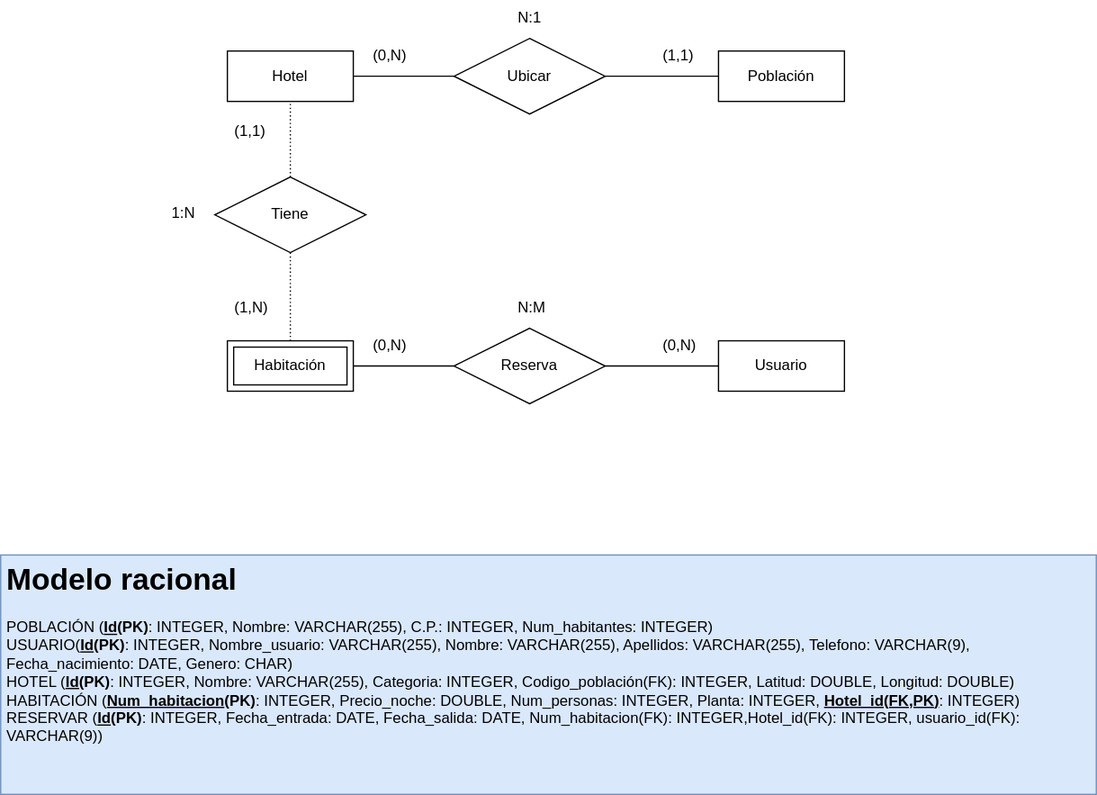
This is Hotelio1.0.svg from BCR22-Team4-ProyectoFinal/Database_diagrama, a draw.io export, as it was before one commit. Source tidied: cells renumbered, new cells last; positions are measured from the earlier drawing's top-left corner, leaving out a move shared by most shapes.
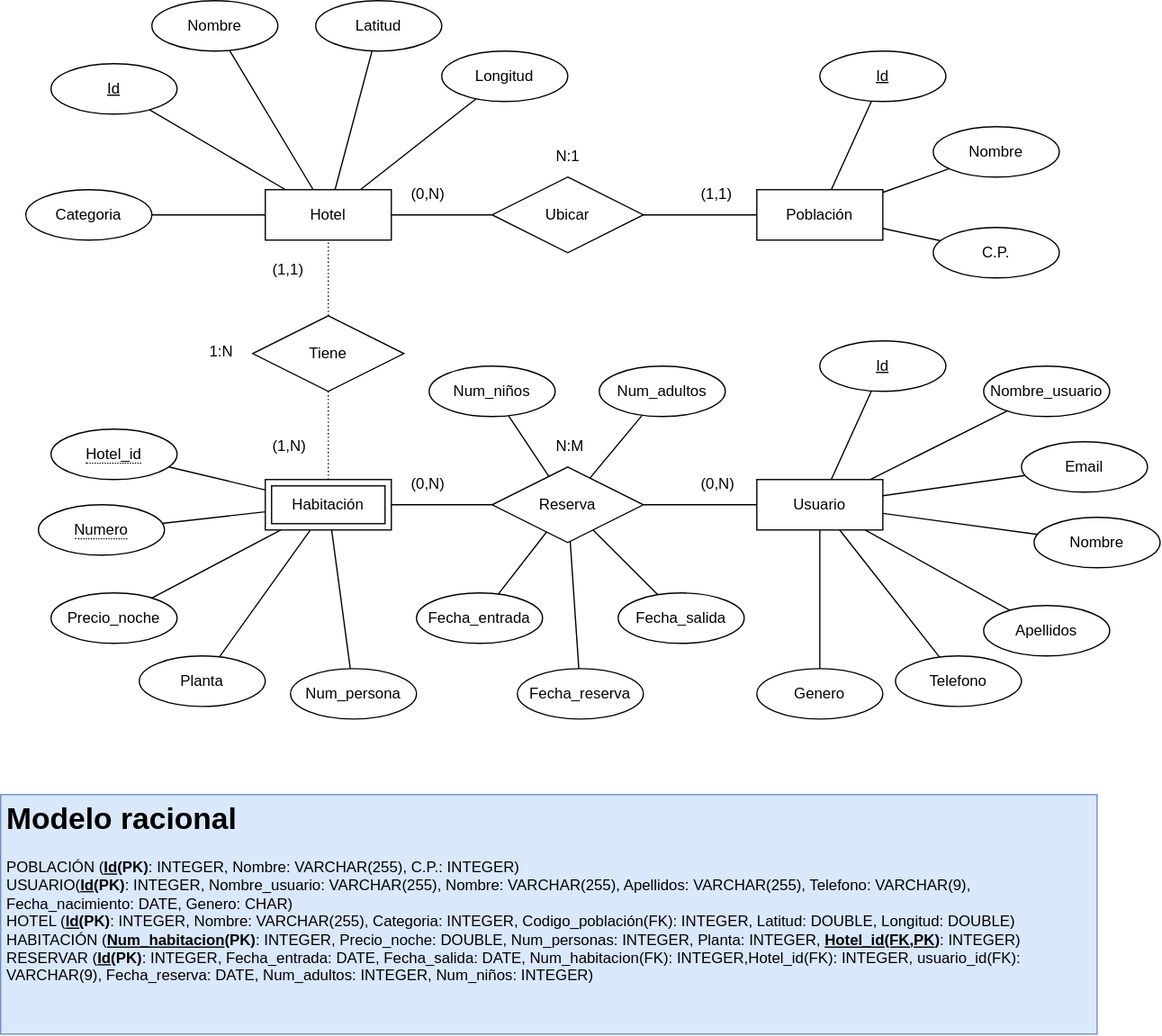
The same file after the commit.

Diff of the diagram source:
```diff
@@ -70,8 +70,158 @@
     <mxCell id="23" value="N:M" style="text;strokeColor=none;fillColor=none;spacingLeft=4;spacingRight=4;overflow=hidden;fontSize=12;" parent="1" vertex="1">
       <mxGeometry x="405" y="230" width="40" height="30" as="geometry" />
     </mxCell>
-    <mxCell id="24" value="&lt;h1&gt;Modelo racional&lt;/h1&gt;&lt;div&gt;POBLACIÓN (&lt;b&gt;&lt;u&gt;Id&lt;/u&gt;(PK)&lt;/b&gt;: INTEGER, Nombre: VARCHAR(255), C.P.: INTEGER, Num_habitantes: INTEGER)&lt;/div&gt;&lt;div&gt;USUARIO(&lt;b&gt;&lt;u&gt;Id&lt;/u&gt;(PK)&lt;/b&gt;: INTEGER, Nombre_usuario: VARCHAR(255), Nombre: VARCHAR(255), Apellidos: VARCHAR(255), Telefono: VARCHAR(9), Fecha_nacimiento: DATE, Genero: CHAR)&lt;/div&gt;&lt;div&gt;HOTEL (&lt;b&gt;&lt;u&gt;Id(&lt;/u&gt;PK)&lt;/b&gt;: INTEGER, Nombre: VARCHAR(255), Categoria: INTEGER, Codigo_población(FK): INTEGER, Latitud: DOUBLE, Longitud: DOUBLE)&lt;/div&gt;&lt;div&gt;HABITACIÓN (&lt;b&gt;&lt;u&gt;Num_habitacion&lt;/u&gt;(PK)&lt;/b&gt;: INTEGER, Precio_noche: DOUBLE, Num_personas: INTEGER, Planta: INTEGER, &lt;b&gt;&lt;u&gt;Hotel_id(FK,PK&lt;/u&gt;&lt;/b&gt;&lt;span style=&quot;background-color: initial;&quot;&gt;&lt;b&gt;&lt;u&gt;)&lt;/u&gt;&lt;/b&gt;: INTEGER)&lt;/span&gt;&lt;/div&gt;&lt;div&gt;RESERVAR (&lt;b&gt;&lt;u&gt;Id&lt;/u&gt;(PK)&lt;/b&gt;: INTEGER, Fecha_entrada: DATE, Fecha_salida: DATE, Num_habitacion(FK): INTEGER,Hotel_id(FK): INTEGER, usuario_id(FK): VARCHAR(9))&lt;/div&gt;" style="text;html=1;strokeColor=#6c8ebf;fillColor=#dae8fc;spacing=5;spacingTop=-20;whiteSpace=wrap;overflow=hidden;rounded=0;" parent="1" vertex="1">
-      <mxGeometry y="440" width="870" height="190" as="geometry" />
+    <mxCell id="24" value="&lt;h1&gt;Modelo racional&lt;/h1&gt;&lt;div&gt;POBLACIÓN (&lt;b&gt;&lt;u&gt;Id&lt;/u&gt;(PK)&lt;/b&gt;: INTEGER, Nombre: VARCHAR(255), C.P.: INTEGER)&lt;/div&gt;&lt;div&gt;USUARIO(&lt;b&gt;&lt;u&gt;Id&lt;/u&gt;(PK)&lt;/b&gt;: INTEGER, Nombre_usuario: VARCHAR(255), Nombre: VARCHAR(255), Apellidos: VARCHAR(255), Telefono: VARCHAR(9), Fecha_nacimiento: DATE, Genero: CHAR)&lt;/div&gt;&lt;div&gt;HOTEL (&lt;b&gt;&lt;u&gt;Id(&lt;/u&gt;PK)&lt;/b&gt;: INTEGER, Nombre: VARCHAR(255), Categoria: INTEGER, Codigo_población(FK): INTEGER, Latitud: DOUBLE, Longitud: DOUBLE)&lt;/div&gt;&lt;div&gt;HABITACIÓN (&lt;b&gt;&lt;u&gt;Num_habitacion&lt;/u&gt;(PK)&lt;/b&gt;: INTEGER, Precio_noche: DOUBLE, Num_personas: INTEGER, Planta: INTEGER, &lt;b&gt;&lt;u&gt;Hotel_id(FK,PK&lt;/u&gt;&lt;/b&gt;&lt;span style=&quot;background-color: initial;&quot;&gt;&lt;b&gt;&lt;u&gt;)&lt;/u&gt;&lt;/b&gt;: INTEGER)&lt;/span&gt;&lt;/div&gt;&lt;div&gt;RESERVAR (&lt;b&gt;&lt;u&gt;Id&lt;/u&gt;(PK)&lt;/b&gt;: INTEGER, Fecha_entrada: DATE, Fecha_salida: DATE, Num_habitacion(FK): INTEGER,Hotel_id(FK): INTEGER, usuario_id(FK): VARCHAR(9), Fecha_reserva: DATE, Num_adultos: INTEGER, Num_niños: INTEGER)&lt;/div&gt;" style="text;html=1;strokeColor=#6c8ebf;fillColor=#dae8fc;spacing=5;spacingTop=-20;whiteSpace=wrap;overflow=hidden;rounded=0;" parent="1" vertex="1">
+      <mxGeometry x="-30" y="520" width="870" height="190" as="geometry" />
     </mxCell>
+    <mxCell id="25" value="Id" style="ellipse;whiteSpace=wrap;html=1;align=center;fontStyle=4;" parent="1" vertex="1">
+      <mxGeometry x="10" y="-60" width="100" height="40" as="geometry" />
+    </mxCell>
+    <mxCell id="26" value="Nombre" style="ellipse;whiteSpace=wrap;html=1;align=center;" parent="1" vertex="1">
+      <mxGeometry x="90" y="-110" width="100" height="40" as="geometry" />
+    </mxCell>
+    <mxCell id="27" value="Latitud" style="ellipse;whiteSpace=wrap;html=1;align=center;" parent="1" vertex="1">
+      <mxGeometry x="220" y="-110" width="100" height="40" as="geometry" />
+    </mxCell>
+    <mxCell id="28" value="Categoria" style="ellipse;whiteSpace=wrap;html=1;align=center;" parent="1" vertex="1">
+      <mxGeometry x="-10" y="40" width="100" height="40" as="geometry" />
+    </mxCell>
+    <mxCell id="29" style="endArrow=none;html=1;rounded=0;" parent="1" edge="1" source="25" target="2">
+      <mxGeometry relative="1" as="geometry" />
+    </mxCell>
+    <mxCell id="30" style="endArrow=none;html=1;rounded=0;" parent="1" edge="1" source="26" target="2">
+      <mxGeometry relative="1" as="geometry" />
+    </mxCell>
+    <mxCell id="31" style="endArrow=none;html=1;rounded=0;" parent="1" edge="1" source="2" target="27">
+      <mxGeometry relative="1" as="geometry" />
+    </mxCell>
+    <mxCell id="32" style="endArrow=none;html=1;rounded=0;" parent="1" edge="1" source="28" target="2">
+      <mxGeometry relative="1" as="geometry" />
+    </mxCell>
+    <mxCell id="33" value="Longitud" style="ellipse;whiteSpace=wrap;html=1;align=center;" parent="1" vertex="1">
+      <mxGeometry x="320" y="-70" width="100" height="40" as="geometry" />
+    </mxCell>
+    <mxCell id="34" style="endArrow=none;html=1;rounded=0;" parent="1" edge="1" source="2" target="33">
+      <mxGeometry relative="1" as="geometry" />
+    </mxCell>
+    <mxCell id="35" value="Fecha_entrada" style="ellipse;whiteSpace=wrap;html=1;align=center;" parent="1" vertex="1">
+      <mxGeometry x="300" y="360" width="100" height="40" as="geometry" />
+    </mxCell>
+    <mxCell id="36" value="Fecha_salida" style="ellipse;whiteSpace=wrap;html=1;align=center;" parent="1" vertex="1">
+      <mxGeometry x="460" y="360" width="100" height="40" as="geometry" />
+    </mxCell>
+    <mxCell id="37" value="Fecha_reserva" style="ellipse;whiteSpace=wrap;html=1;align=center;" parent="1" vertex="1">
+      <mxGeometry x="380" y="420" width="100" height="40" as="geometry" />
+    </mxCell>
+    <mxCell id="38" style="endArrow=none;html=1;rounded=0;" parent="1" edge="1" source="37" target="8">
+      <mxGeometry relative="1" as="geometry" />
+    </mxCell>
+    <mxCell id="39" style="endArrow=none;html=1;rounded=0;" parent="1" edge="1" source="8" target="36">
+      <mxGeometry relative="1" as="geometry" />
+    </mxCell>
+    <mxCell id="40" style="endArrow=none;html=1;rounded=0;" parent="1" edge="1" source="8" target="35">
+      <mxGeometry relative="1" as="geometry" />
+    </mxCell>
+    <mxCell id="41" value="Precio_noche" style="ellipse;whiteSpace=wrap;html=1;align=center;" parent="1" vertex="1">
+      <mxGeometry x="10" y="360" width="100" height="40" as="geometry" />
+    </mxCell>
+    <mxCell id="42" value="&lt;span style=&quot;border-bottom: 1px dotted&quot;&gt;Numero&lt;/span&gt;" style="ellipse;whiteSpace=wrap;html=1;align=center;" parent="1" vertex="1">
+      <mxGeometry y="290" width="100" height="40" as="geometry" />
+    </mxCell>
+    <mxCell id="43" value="Planta" style="ellipse;whiteSpace=wrap;html=1;align=center;" parent="1" vertex="1">
+      <mxGeometry x="80" y="410" width="100" height="40" as="geometry" />
+    </mxCell>
+    <mxCell id="44" value="&lt;span style=&quot;border-bottom: 1px dotted&quot;&gt;Hotel_id&lt;br&gt;&lt;/span&gt;" style="ellipse;whiteSpace=wrap;html=1;align=center;" parent="1" vertex="1">
+      <mxGeometry x="10" y="230" width="100" height="40" as="geometry" />
+    </mxCell>
+    <mxCell id="45" style="endArrow=none;html=1;rounded=0;" parent="1" edge="1" source="44" target="4">
+      <mxGeometry relative="1" as="geometry" />
+    </mxCell>
+    <mxCell id="46" style="endArrow=none;html=1;rounded=0;" parent="1" edge="1" source="42" target="4">
+      <mxGeometry relative="1" as="geometry" />
+    </mxCell>
+    <mxCell id="47" style="endArrow=none;html=1;rounded=0;" parent="1" edge="1" source="41" target="4">
+      <mxGeometry relative="1" as="geometry" />
+    </mxCell>
+    <mxCell id="48" style="endArrow=none;html=1;rounded=0;" parent="1" edge="1" source="43" target="4">
+      <mxGeometry relative="1" as="geometry" />
+    </mxCell>
+    <mxCell id="49" value="Num_persona" style="ellipse;whiteSpace=wrap;html=1;align=center;" parent="1" vertex="1">
+      <mxGeometry x="200" y="420" width="100" height="40" as="geometry" />
+    </mxCell>
+    <mxCell id="50" style="endArrow=none;html=1;rounded=0;" parent="1" edge="1" source="49" target="4">
+      <mxGeometry relative="1" as="geometry" />
+    </mxCell>
+    <mxCell id="51" value="Id" style="ellipse;whiteSpace=wrap;html=1;align=center;fontStyle=4;" parent="1" vertex="1">
+      <mxGeometry x="620" y="160" width="100" height="40" as="geometry" />
+    </mxCell>
+    <mxCell id="52" value="Nombre_usuario" style="ellipse;whiteSpace=wrap;html=1;align=center;" parent="1" vertex="1">
+      <mxGeometry x="750" y="180" width="100" height="40" as="geometry" />
+    </mxCell>
+    <mxCell id="53" value="Email" style="ellipse;whiteSpace=wrap;html=1;align=center;" parent="1" vertex="1">
+      <mxGeometry x="780" y="240" width="100" height="40" as="geometry" />
+    </mxCell>
+    <mxCell id="54" value="Nombre" style="ellipse;whiteSpace=wrap;html=1;align=center;" parent="1" vertex="1">
+      <mxGeometry x="790" y="300" width="100" height="40" as="geometry" />
+    </mxCell>
+    <mxCell id="55" value="Apellidos" style="ellipse;whiteSpace=wrap;html=1;align=center;" parent="1" vertex="1">
+      <mxGeometry x="750" y="370" width="100" height="40" as="geometry" />
+    </mxCell>
+    <mxCell id="56" value="Telefono" style="ellipse;whiteSpace=wrap;html=1;align=center;" parent="1" vertex="1">
+      <mxGeometry x="680" y="410" width="100" height="40" as="geometry" />
+    </mxCell>
+    <mxCell id="57" value="Genero" style="ellipse;whiteSpace=wrap;html=1;align=center;" parent="1" vertex="1">
+      <mxGeometry x="570" y="420" width="100" height="40" as="geometry" />
+    </mxCell>
+    <mxCell id="58" style="endArrow=none;html=1;rounded=0;" parent="1" edge="1" source="57" target="5">
+      <mxGeometry relative="1" as="geometry" />
+    </mxCell>
+    <mxCell id="59" style="endArrow=none;html=1;rounded=0;" parent="1" edge="1" source="5" target="51">
+      <mxGeometry relative="1" as="geometry" />
+    </mxCell>
+    <mxCell id="60" style="endArrow=none;html=1;rounded=0;" parent="1" edge="1" source="5" target="52">
+      <mxGeometry relative="1" as="geometry" />
+    </mxCell>
+    <mxCell id="61" style="endArrow=none;html=1;rounded=0;" parent="1" edge="1" source="5" target="53">
+      <mxGeometry relative="1" as="geometry" />
+    </mxCell>
+    <mxCell id="62" style="endArrow=none;html=1;rounded=0;" parent="1" edge="1" source="5" target="54">
+      <mxGeometry relative="1" as="geometry" />
+    </mxCell>
+    <mxCell id="63" style="endArrow=none;html=1;rounded=0;" parent="1" edge="1" source="55" target="5">
+      <mxGeometry relative="1" as="geometry" />
+    </mxCell>
+    <mxCell id="64" style="endArrow=none;html=1;rounded=0;" parent="1" edge="1" source="5" target="56">
+      <mxGeometry relative="1" as="geometry" />
+    </mxCell>
+    <mxCell id="65" value="Id" style="ellipse;whiteSpace=wrap;html=1;align=center;fontStyle=4;" parent="1" vertex="1">
+      <mxGeometry x="620" y="-70" width="100" height="40" as="geometry" />
+    </mxCell>
+    <mxCell id="66" value="Nombre" style="ellipse;whiteSpace=wrap;html=1;align=center;" parent="1" vertex="1">
+      <mxGeometry x="710" y="-10" width="100" height="40" as="geometry" />
+    </mxCell>
+    <mxCell id="67" value="C.P." style="ellipse;whiteSpace=wrap;html=1;align=center;" parent="1" vertex="1">
+      <mxGeometry x="710" y="70" width="100" height="40" as="geometry" />
+    </mxCell>
+    <mxCell id="68" style="endArrow=none;html=1;rounded=0;" parent="1" edge="1" source="65" target="3">
+      <mxGeometry relative="1" as="geometry" />
+    </mxCell>
+    <mxCell id="69" style="endArrow=none;html=1;rounded=0;" parent="1" edge="1" source="3" target="67">
+      <mxGeometry relative="1" as="geometry" />
+    </mxCell>
+    <mxCell id="70" style="endArrow=none;html=1;rounded=0;" parent="1" edge="1" source="3" target="66">
+      <mxGeometry relative="1" as="geometry" />
+    </mxCell>
+    <mxCell id="71" value="Num_adultos" style="ellipse;whiteSpace=wrap;html=1;align=center;" parent="1" vertex="1">
+      <mxGeometry x="445" y="180" width="100" height="40" as="geometry" />
+    </mxCell>
+    <mxCell id="72" value="Num_niños" style="ellipse;whiteSpace=wrap;html=1;align=center;" parent="1" vertex="1">
+      <mxGeometry x="310" y="180" width="100" height="40" as="geometry" />
+    </mxCell>
+    <mxCell id="73" style="endArrow=none;html=1;rounded=0;" parent="1" edge="1" source="8" target="71">
+      <mxGeometry relative="1" as="geometry" />
+    </mxCell>
+    <mxCell id="74" style="endArrow=none;html=1;rounded=0;" parent="1" edge="1" source="8" target="72">
+      <mxGeometry relative="1" as="geometry" />
+    </mxCell>
   </root>
 </mxGraphModel>
```
